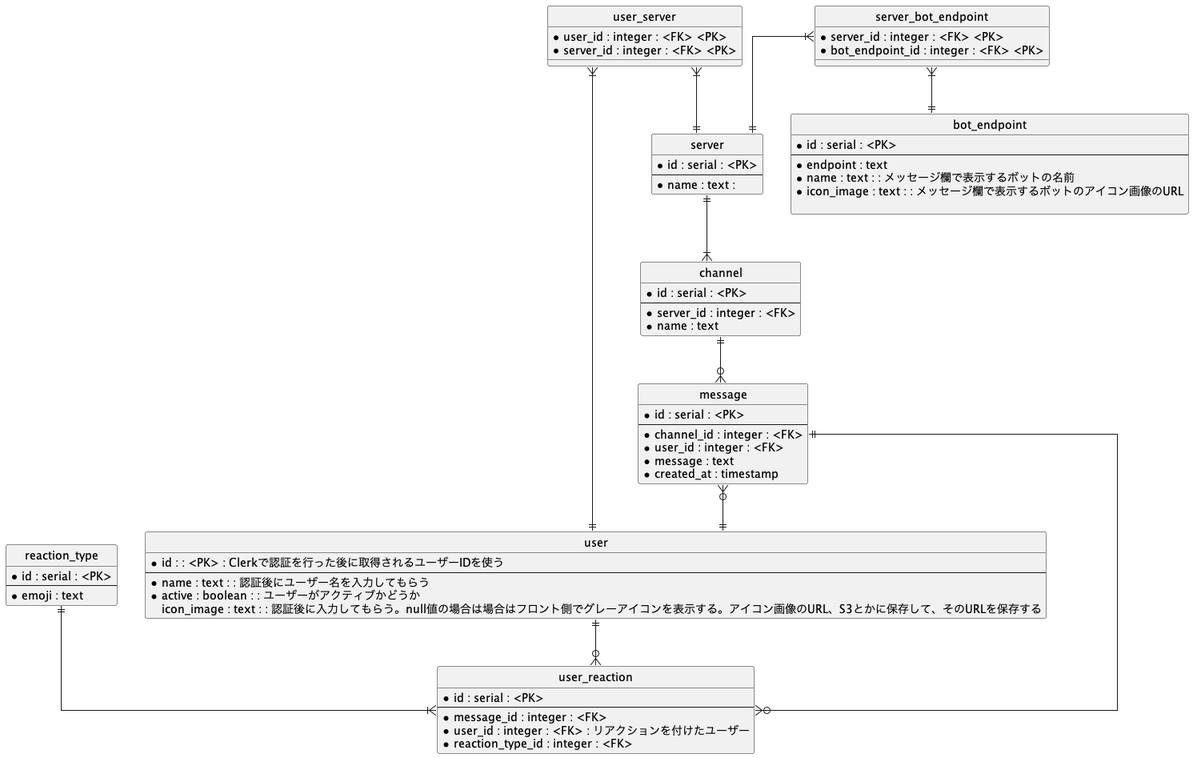
This is api_specification/er_figure.png from hebitigo/CATechAccelChatApp, a PlantUML export, as it was before one commit. The source it was exported from:
```plantuml
@startuml

hide circle

skinparam linetype ortho



entity "server" {
    *id : serial : <PK>
    --
    *name : text :
}

entity "channel" {
    *id : serial : <PK>
    --
    *server_id : integer : <FK>
    *name : text
}

entity "message" {
    *id : serial : <PK>
    --
    *channel_id : integer : <FK>
    *user_id : integer : <FK>
    *message : text
    *created_at : timestamp
}

entity "user_reaction" {
    *id : serial : <PK>
    --
    *message_id : integer : <FK>
    *user_id : integer : <FK> : リアクションを付けたユーザー
    *reaction_type_id : integer : <FK>
}

entity "reaction_type" {
    *id : serial : <PK>
    --
    *emoji : text
}

entity "bot_endpoint" {
    *id : serial : <PK>
    --
    *endpoint : text
    *name : text : : メッセージ欄で表示するボットの名前
    *icon_image : text : : メッセージ欄で表示するボットのアイコン画像のURL

}



entity "user" {
    *id : : <PK> : Clerkで認証を行った後に取得されるユーザーIDを使う
    --
    *name : text : : 認証後にユーザー名を入力してもらう
    *active : boolean : : ユーザーがアクティブかどうか
    icon_image : text : : 認証後に入力してもらう。null値の場合は場合はフロント側でグレーアイコンを表示する。アイコン画像のURL、S3とかに保存して、そのURLを保存する
}


entity "user_server" {
    *user_id : integer : <FK> <PK>
    *server_id : integer : <FK> <PK>
}

entity "server_bot_endpoint" {
    *server_id : integer : <FK> <PK>
    *bot_endpoint_id : integer : <FK> <PK>
    }

user_server }|--|| user
user_server }|--|| server
server ||--|{ channel
channel ||--o{ message
message }o--|| user
reaction_type ||--|{ user_reaction
user ||--o{ user_reaction
user_reaction }o--|| message
server_bot_endpoint }|--|| server
server_bot_endpoint }|--|| bot_endpoint

@enduml
```
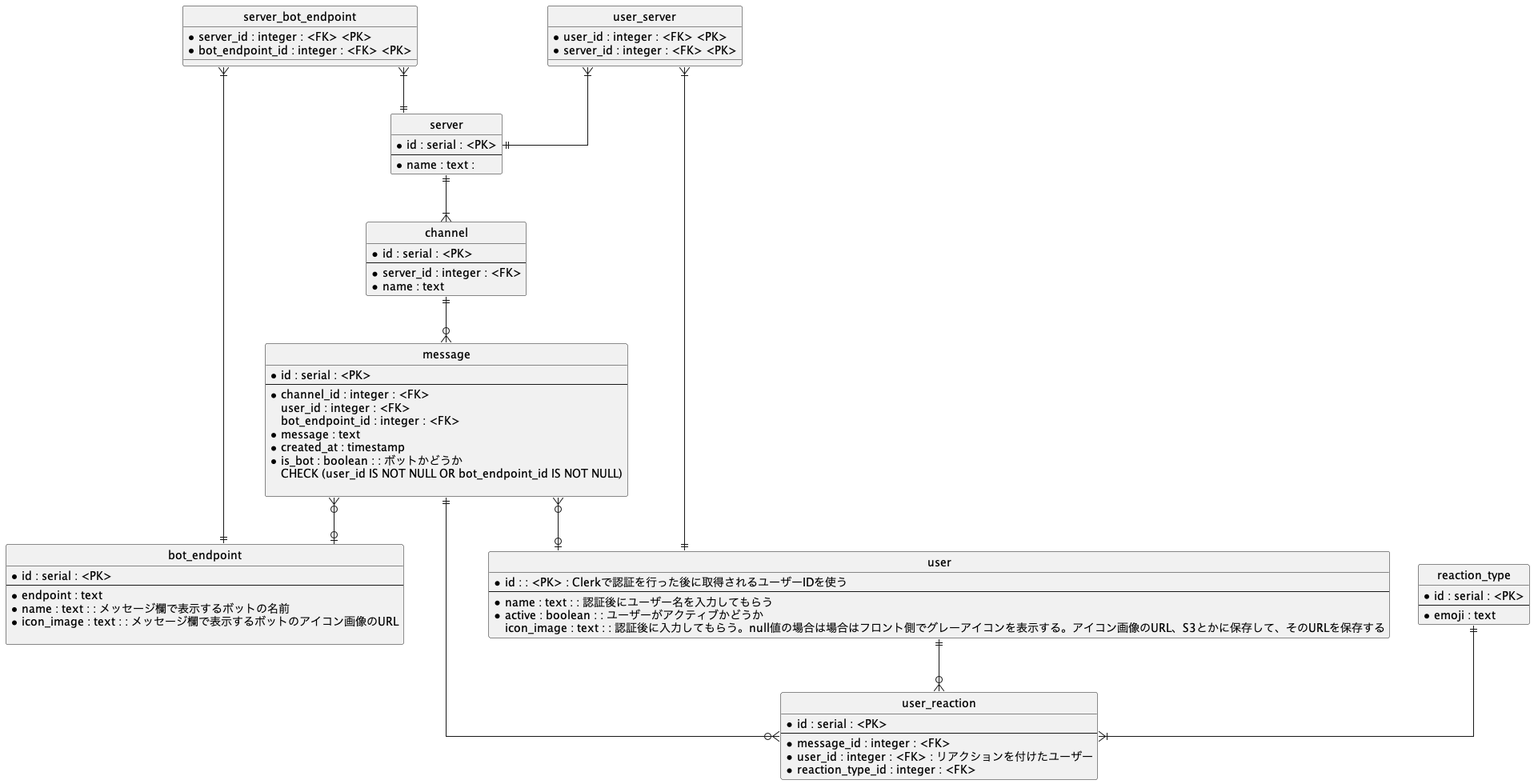
Above is the later version.

The edit, as a diff of the source:
```diff
@@ -23,9 +23,13 @@
     *id : serial : <PK>
     --
     *channel_id : integer : <FK>
-    *user_id : integer : <FK>
+    user_id : integer : <FK>
+    bot_endpoint_id : integer : <FK>
     *message : text
     *created_at : timestamp
+    *is_bot : boolean : : ボットかどうか
+    CHECK (user_id IS NOT NULL OR bot_endpoint_id IS NOT NULL)
+
 }
 
 entity "user_reaction" {
@@ -76,11 +80,13 @@
 user_server }|--|| server
 server ||--|{ channel
 channel ||--o{ message
-message }o--|| user
+message }o--o| user
+message }o--o| bot_endpoint
 reaction_type ||--|{ user_reaction
 user ||--o{ user_reaction
 user_reaction }o--|| message
 server_bot_endpoint }|--|| server
 server_bot_endpoint }|--|| bot_endpoint
 
+
 @enduml
```
